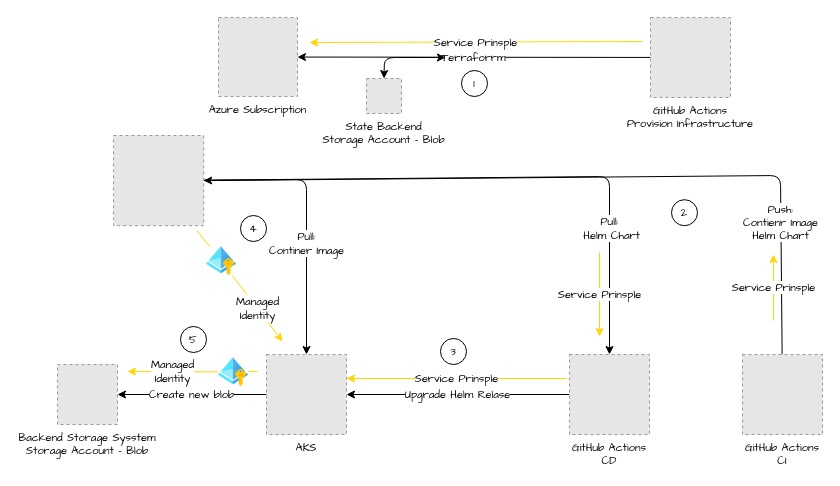
Earlier version of the draw.io diagram Diagrams/authentication.dio (nadavSalman/V-Home-Assignment-DevOps). Source tidied: cells renumbered, new cells numbered last; positions are measured from the earlier drawing's top-left corner, leaving out a move shared by most shapes. Both pictures are drawn from the tidied source at 100%, with x=0, y=0 at pixel (57, 17). Pictures stored in the file or linked from it are replaced by grey dashed boxes.
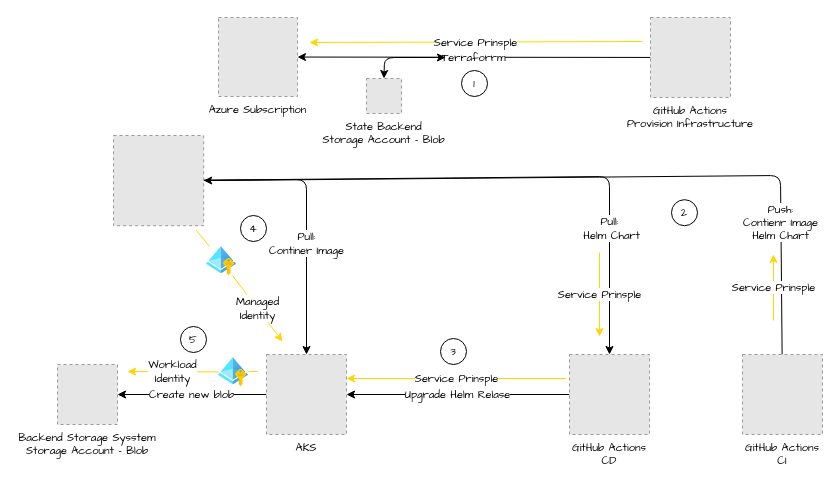
After the change.

Commit message (it also covers changes not shown here):
Decler TF for AKS ACR and Mananged Identity

Unchanged cells that the change refers to:
```xml
<mxCell id="22" style="html=1;points=[];align=center;image;fontSize=11;image=img/lib/azure2/identity/Managed_Identities.svg;fontFamily=Comic Sans MS;" parent="1" vertex="1">
  <mxGeometry x="161" y="340" width="29.9" height="29" as="geometry" />
</mxCell>
```

The edit, as a diff of the source:
```diff
@@
-    <mxCell id="7" value="&lt;font style=&quot;font-size: 11px;&quot;&gt;Managed &lt;br style=&quot;font-size: 11px;&quot;&gt;Identity&lt;/font&gt;" style="edgeStyle=none;html=1;fontFamily=Comic Sans MS;strokeColor=#FFD700;startArrow=none;fontSize=11;" parent="1" edge="1" source="22">
+    <mxCell id="7" value="&lt;font style=&quot;font-size: 11px;&quot;&gt;Workload&lt;br style=&quot;font-size: 11px;&quot;&gt;Identity&lt;/font&gt;" style="edgeStyle=none;html=1;fontFamily=Comic Sans MS;strokeColor=#FFD700;startArrow=none;fontSize=11;" parent="1" edge="1" source="22">
       <mxGeometry relative="1" as="geometry">
         <mxPoint x="70" y="354" as="targetPoint" />
       </mxGeometry>
     </mxCell>
```
